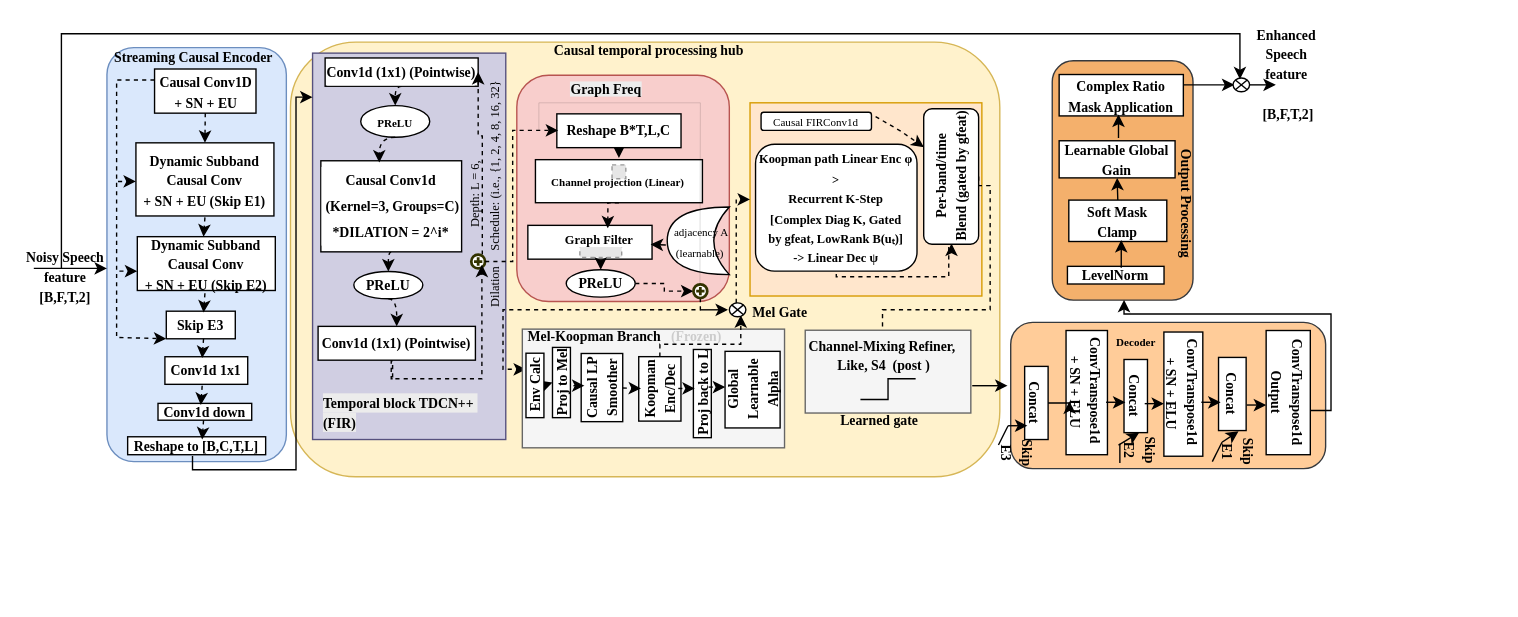
Before: melkoop.drawio in drchk/Timeseries_fuction, a draw.io diagram. Source tidied: cells renumbered, new cells numbered last; positions are measured from the earlier drawing's top-left corner, leaving out a move shared by most shapes. Both pictures are drawn from the tidied source at 138%, with x=0, y=0 at pixel (23, 29). Pictures stored in the file or linked from it are replaced by grey dashed boxes.
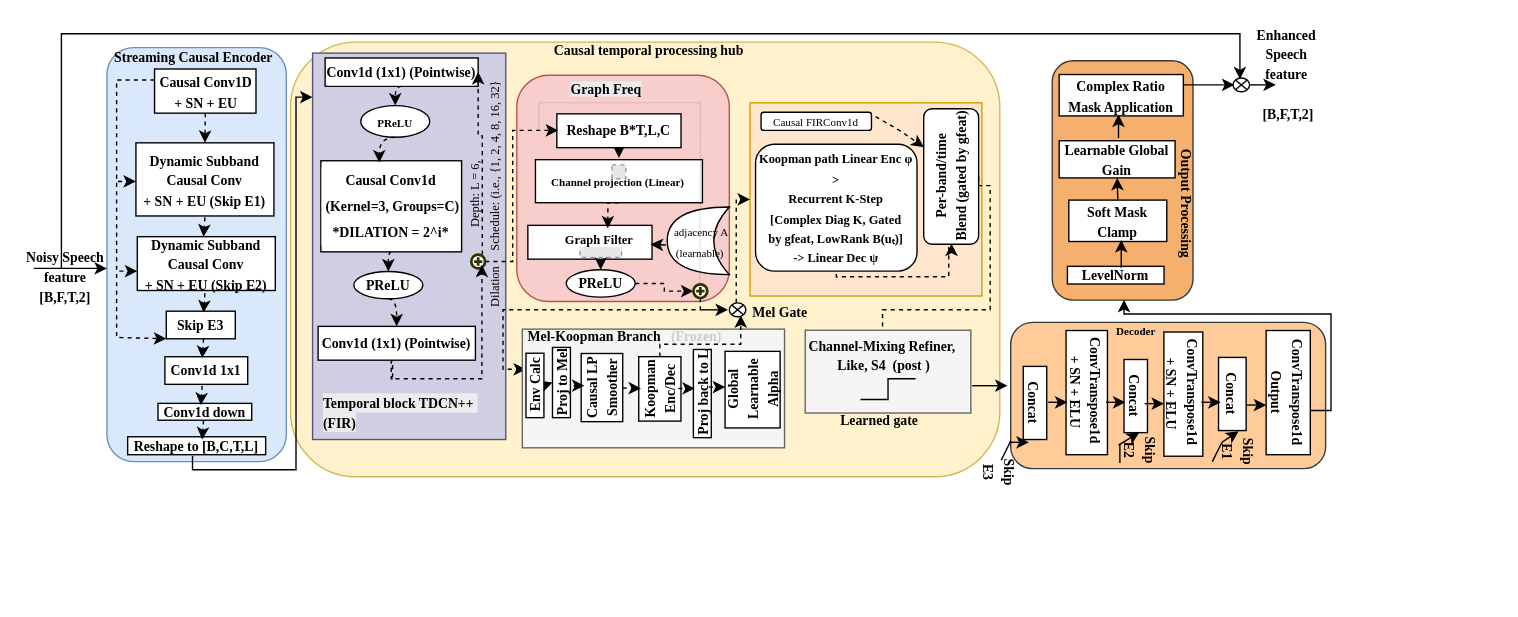
The same page after the edit.

Unchanged cells that the change refers to:
```xml
<mxCell id="90" style="group;rotation=-180;" parent="1" vertex="1">
  <mxGeometry x="827" y="143" width="238.2" height="265.5" as="geometry" />
</mxCell>
<mxCell id="93" value="&lt;font face=&quot;Times New Roman&quot; style=&quot;font-size: 10px;&quot;&gt;&lt;b style=&quot;&quot;&gt;ConvTranspose1d&amp;nbsp;&lt;/b&gt;&lt;/font&gt;&lt;div&gt;&lt;font face=&quot;Times New Roman&quot; style=&quot;font-size: 10px;&quot;&gt;&lt;b style=&quot;&quot;&gt;+ SN + ELU&lt;/b&gt;&lt;/font&gt;&lt;/div&gt;" style="rounded=0;whiteSpace=wrap;html=1;rotation=-270;" parent="90" vertex="1">
  <mxGeometry x="-102" y="105" width="90" height="30" as="geometry" />
</mxCell>
```

The edit, as a diff of the source:
```diff
@@
     <mxCell id="92" value="&lt;font face=&quot;Times New Roman&quot; style=&quot;font-size: 10px;&quot;&gt;&lt;b&gt;Concat&lt;/b&gt;&lt;/font&gt;" style="rounded=0;whiteSpace=wrap;html=1;rotation=-270;" parent="90" vertex="1">
-      <mxGeometry x="-120" y="119" width="53" height="17" as="geometry" />
+      <mxGeometry x="-121" y="119" width="53" height="17" as="geometry" />
     </mxCell>
@@
     <mxCell id="97" style="endArrow=classic;html=1;rounded=0;elbow=vertical;entryX=1;entryY=0.25;entryDx=0;entryDy=0;" parent="90" edge="1">
       <mxGeometry relative="1" as="geometry">
-        <mxPoint x="-114" y="144" as="sourcePoint" />
-        <mxPoint x="-100" y="144" as="targetPoint" />
+        <mxPoint x="-113" y="156" as="sourcePoint" />
+        <mxPoint x="-99" y="156" as="targetPoint" />
       </mxGeometry>
     </mxCell>
     <mxCell id="98" value="&lt;font face=&quot;Times New Roman&quot; style=&quot;font-size: 10px;&quot;&gt;&lt;b&gt;Skip E3&lt;/b&gt;&lt;/font&gt;" style="text;html=1;whiteSpace=wrap;strokeColor=none;fillColor=none;align=center;verticalAlign=middle;rounded=0;rotation=-270;" parent="90" vertex="1">
-      <mxGeometry x="-122" y="149" width="31" height="30" as="geometry" />
+      <mxGeometry x="-135" y="163" width="31" height="30" as="geometry" />
     </mxCell>
@@
     <mxCell id="103" style="endArrow=none;html=1;rounded=0;elbow=vertical;" parent="90" edge="1">
       <mxGeometry relative="1" as="geometry">
-        <mxPoint x="-121" y="158" as="sourcePoint" />
-        <mxPoint x="-114" y="144" as="targetPoint" />
+        <mxPoint x="-119" y="169" as="sourcePoint" />
+        <mxPoint x="-112" y="155" as="targetPoint" />
       </mxGeometry>
     </mxCell>
@@
     <mxCell id="106" value="&lt;font face=&quot;Times New Roman&quot; style=&quot;font-size: 8px;&quot;&gt;&lt;b&gt;Decoder&lt;/b&gt;&lt;/font&gt;" style="text;html=1;whiteSpace=wrap;strokeColor=none;fillColor=none;align=center;verticalAlign=middle;rounded=0;rotation=0;" parent="90" vertex="1">
-      <mxGeometry x="-56" y="68" width="70" height="30" as="geometry" />
+      <mxGeometry x="-56" y="60" width="70" height="30" as="geometry" />
     </mxCell>
@@
-    <mxCell id="109" style="edgeStyle=orthogonalEdgeStyle;rounded=0;jettySize=auto;html=1;exitX=0.5;exitY=0;exitDx=0;exitDy=0;entryX=0.57;entryY=0.921;entryDx=0;entryDy=0;entryPerimeter=0;" parent="90" edge="1" source="92" target="93">
-      <mxGeometry relative="1" as="geometry" />
-    </mxCell>
@@
+    <mxCell id="129" style="endArrow=classic;html=1;rounded=0;elbow=vertical;exitX=0;exitY=0;exitDx=0;exitDy=0;" parent="1" edge="1">
+      <mxGeometry relative="1" as="geometry">
+        <mxPoint x="742" y="270" as="sourcePoint" />
+        <mxPoint x="756" y="270" as="targetPoint" />
+      </mxGeometry>
+    </mxCell>
```
